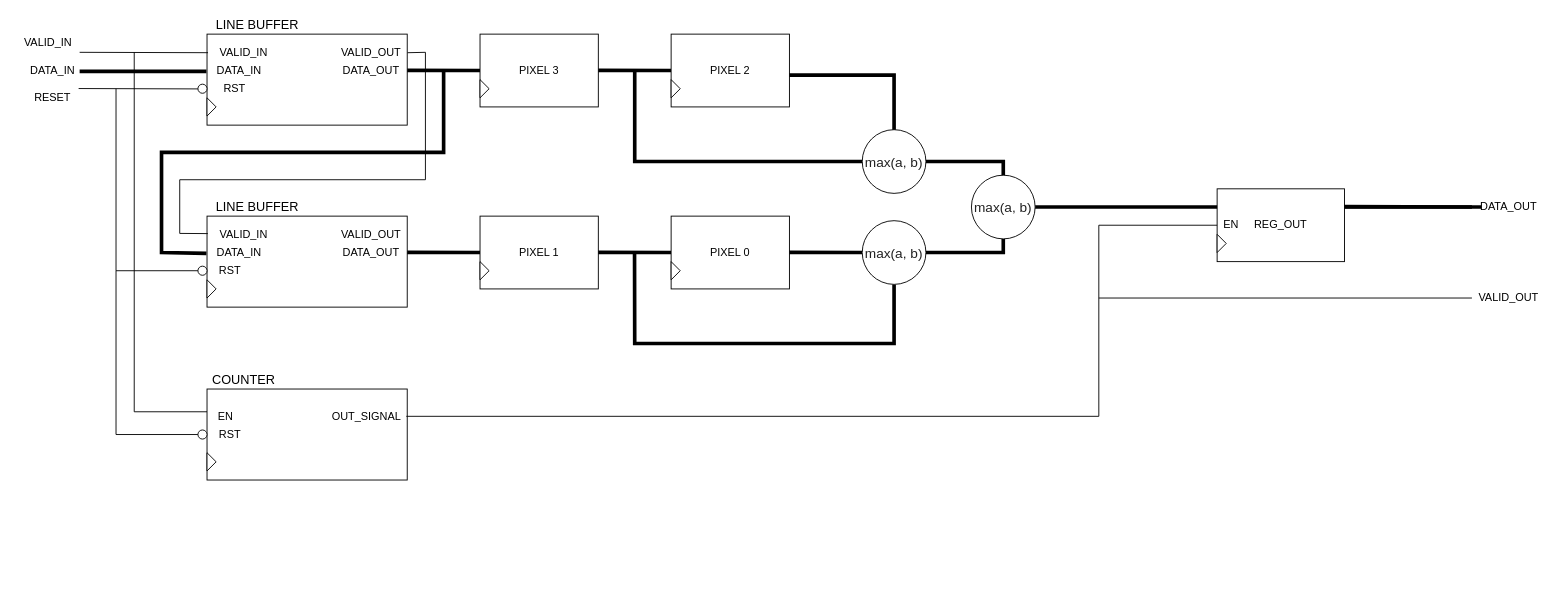
hohaicongthuan/0x55AA keeps this draw.io diagram as Project/src/rtl/Maxpool/Maxpool.drawio. Above is the earlier version. Source tidied: cells renumbered, new cells numbered last; positions are measured from the earlier drawing's top-left corner, leaving out a move shared by most shapes. Both pictures are drawn from the tidied source at 91%, with x=0, y=0 at pixel (15, 15).
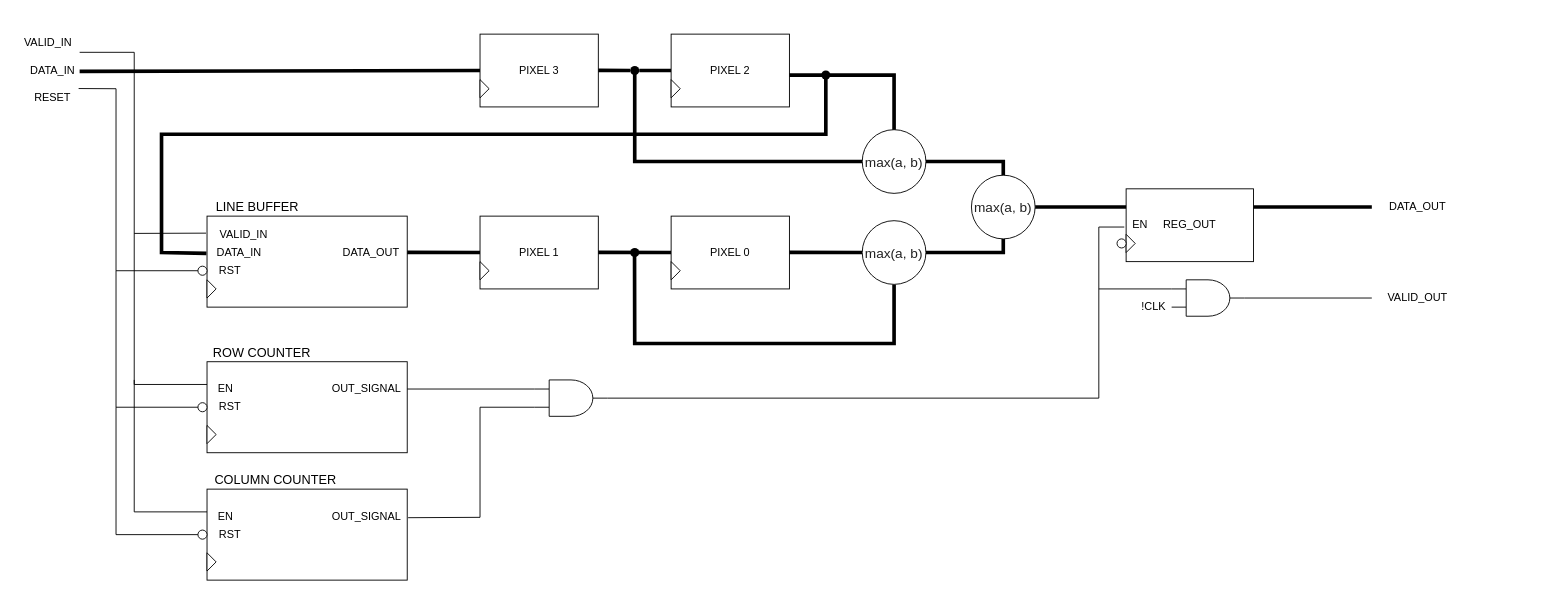
The same page after the edit.

Unchanged cells that the change refers to:
```xml
<mxCell id="11" style="rounded=0;whiteSpace=wrap;html=1;" parent="1" vertex="1">
  <mxGeometry x="210" y="220" width="220" height="100" as="geometry" />
</mxCell>
<mxCell id="17" value="PIXEL 3" style="rounded=0;whiteSpace=wrap;html=1;" parent="1" vertex="1">
  <mxGeometry x="510" y="20" width="130" height="80" as="geometry" />
</mxCell>
<mxCell id="65" value="&lt;span style=&quot;color: rgb(34 , 34 , 34) ; font-family: &amp;#34;google sans&amp;#34; , &amp;#34;arial&amp;#34; , sans-serif ; text-align: left ; background-color: rgb(255 , 255 , 255)&quot;&gt;&lt;font style=&quot;font-size: 15px&quot;&gt;max(a, b)&lt;/font&gt;&lt;/span&gt;" style="ellipse;whiteSpace=wrap;html=1;" parent="1" vertex="1">
  <mxGeometry x="1050" y="175" width="70" height="70" as="geometry" />
</mxCell>
```

Change to the diagram source:
```diff
@@
-    <mxCell id="2" style="rounded=0;whiteSpace=wrap;html=1;" parent="1" vertex="1">
-      <mxGeometry x="210" y="20" width="220" height="100" as="geometry" />
-    </mxCell>
-    <mxCell id="3" value="&lt;font style=&quot;font-size: 14px&quot;&gt;LINE BUFFER&lt;/font&gt;" style="text;html=1;align=center;verticalAlign=middle;strokeColor=none;" parent="1" vertex="1">
-      <mxGeometry x="210" width="110" height="20" as="geometry" />
-    </mxCell>
-    <mxCell id="4" value="VALID_IN" style="text;html=1;align=center;verticalAlign=middle;strokeColor=none;" parent="1" vertex="1">
-      <mxGeometry x="215" y="30" width="70" height="20" as="geometry" />
-    </mxCell>
-    <mxCell id="5" value="DATA_IN" style="text;html=1;align=center;verticalAlign=middle;strokeColor=none;" parent="1" vertex="1">
-      <mxGeometry x="215" y="50" width="60" height="20" as="geometry" />
-    </mxCell>
-    <mxCell id="6" style="triangle;whiteSpace=wrap;html=1;" parent="1" vertex="1">
-      <mxGeometry x="210" y="90" width="10" height="20" as="geometry" />
-    </mxCell>
-    <mxCell id="7" style="endArrow=none;html=1;strokeWidth=4;entryX=-0.003;entryY=0.41;entryDx=0;entryDy=0;entryPerimeter=0;" parent="1" edge="1" target="2">
+    <mxCell id="7" style="endArrow=none;html=1;strokeWidth=4;entryX=0;entryY=0.5;entryDx=0;entryDy=0;" parent="1" edge="1" target="17">
       <mxGeometry relative="1" as="geometry">
         <mxPoint x="70" y="61" as="sourcePoint" />
       </mxGeometry>
     </mxCell>
-    <mxCell id="8" style="endArrow=none;html=1;strokeWidth=1;entryX=0.005;entryY=0.204;entryDx=0;entryDy=0;entryPerimeter=0;" parent="1" edge="1" target="2">
+    <mxCell id="8" style="endArrow=none;html=1;strokeWidth=1;" parent="1" edge="1">
       <mxGeometry relative="1" as="geometry">
         <mxPoint x="70" y="40" as="sourcePoint" />
+        <mxPoint x="130" y="40" as="targetPoint" />
       </mxGeometry>
     </mxCell>
-    <mxCell id="9" value="DATA_OUT" style="text;html=1;align=center;verticalAlign=middle;strokeColor=none;" parent="1" vertex="1">
-      <mxGeometry x="350" y="50" width="80" height="20" as="geometry" />
-    </mxCell>
-    <mxCell id="10" style="endArrow=none;html=1;strokeWidth=4;" parent="1" edge="1">
-      <mxGeometry relative="1" as="geometry">
-        <mxPoint x="430" y="59.8" as="sourcePoint" />
-        <mxPoint x="510" y="60" as="targetPoint" />
-      </mxGeometry>
-    </mxCell>
@@
-    <mxCell id="18" style="endArrow=none;html=1;strokeWidth=4;" parent="1" edge="1">
+    <mxCell id="18" style="endArrow=none;html=1;strokeWidth=4;startArrow=none;" parent="1" edge="1" source="69">
       <mxGeometry relative="1" as="geometry">
-        <mxPoint x="640" y="59.8" as="sourcePoint" />
         <mxPoint x="720" y="60" as="targetPoint" />
       </mxGeometry>
     </mxCell>
@@
     <mxCell id="26" style="endArrow=none;html=1;strokeWidth=4;exitX=-0.003;exitY=0.41;exitDx=0;exitDy=0;arcSize=0;exitPerimeter=0;" parent="1" edge="1" source="11">
       <mxGeometry relative="1" as="geometry">
-        <mxPoint x="470" y="60" as="targetPoint" />
+        <mxPoint x="890" y="65" as="targetPoint" />
         <Array as="points">
           <mxPoint x="160" y="260" />
-          <mxPoint x="160" y="150" />
-          <mxPoint x="470" y="150" />
+          <mxPoint x="160" y="130" />
+          <mxPoint x="890" y="130" />
         </Array>
       </mxGeometry>
     </mxCell>
@@
     <mxCell id="30" style="endArrow=none;html=1;strokeWidth=4;exitX=1;exitY=0.5;exitDx=0;exitDy=0;" parent="1" edge="1" source="65">
       <mxGeometry relative="1" as="geometry">
-        <mxPoint x="1610" y="210" as="targetPoint" />
+        <mxPoint x="1490" y="210" as="targetPoint" />
       </mxGeometry>
     </mxCell>
@@
-    <mxCell id="35" value="RST" style="text;html=1;align=center;verticalAlign=middle;strokeColor=none;" parent="1" vertex="1">
-      <mxGeometry x="220" y="70" width="40" height="20" as="geometry" />
-    </mxCell>
@@
-    <mxCell id="38" style="ellipse;whiteSpace=wrap;html=1;" parent="1" vertex="1">
-      <mxGeometry x="200" y="75" width="10" height="10" as="geometry" />
-    </mxCell>
-    <mxCell id="39" value="VALID_OUT" style="text;html=1;align=center;verticalAlign=middle;points=[];strokeColor=none;" parent="1" vertex="1">
-      <mxGeometry x="350" y="30" width="80" height="20" as="geometry" />
-    </mxCell>
-    <mxCell id="40" value="VALID_OUT" style="text;html=1;align=center;verticalAlign=middle;strokeColor=none;" parent="1" vertex="1">
-      <mxGeometry x="350" y="230" width="80" height="20" as="geometry" />
-    </mxCell>
-    <mxCell id="41" style="endArrow=none;html=1;strokeWidth=1;entryX=1.004;entryY=0.521;entryDx=0;entryDy=0;entryPerimeter=0;exitX=0.004;exitY=0.192;exitDx=0;exitDy=0;exitPerimeter=0;arcSize=0;" parent="1" edge="1" source="11" target="39">
-      <mxGeometry relative="1" as="geometry">
-        <Array as="points">
-          <mxPoint x="180" y="239" />
-          <mxPoint x="180" y="180" />
-          <mxPoint x="450" y="180" />
-          <mxPoint x="450" y="40" />
-        </Array>
-      </mxGeometry>
-    </mxCell>
-    <mxCell id="42" style="endArrow=none;html=1;strokeWidth=1;entryX=0.005;entryY=0.204;entryDx=0;entryDy=0;entryPerimeter=0;" parent="1" edge="1">
+    <mxCell id="42" style="endArrow=none;html=1;strokeWidth=1;" parent="1" edge="1">
       <mxGeometry relative="1" as="geometry">
         <mxPoint x="68.9" y="79.8" as="sourcePoint" />
-        <mxPoint x="200" y="80.2" as="targetPoint" />
+        <mxPoint x="110" y="80" as="targetPoint" />
       </mxGeometry>
     </mxCell>
@@
     <mxCell id="47" value="REG_OUT" style="rounded=0;whiteSpace=wrap;html=1;" parent="1" vertex="1">
-      <mxGeometry x="1320" y="190" width="140" height="80" as="geometry" />
+      <mxGeometry x="1220" y="190" width="140" height="80" as="geometry" />
     </mxCell>
     <mxCell id="48" style="triangle;whiteSpace=wrap;html=1;" parent="1" vertex="1">
-      <mxGeometry x="1320" y="240" width="10" height="20" as="geometry" />
+      <mxGeometry x="1220" y="240" width="10" height="20" as="geometry" />
     </mxCell>
     <mxCell id="49" style="rounded=0;whiteSpace=wrap;html=1;" parent="1" vertex="1">
-      <mxGeometry x="210" y="410" width="220" height="100" as="geometry" />
+      <mxGeometry x="210" y="380" width="220" height="100" as="geometry" />
     </mxCell>
     <mxCell id="50" style="triangle;whiteSpace=wrap;html=1;" parent="1" vertex="1">
-      <mxGeometry x="210" y="480" width="10" height="20" as="geometry" />
+      <mxGeometry x="210" y="450" width="10" height="20" as="geometry" />
     </mxCell>
     <mxCell id="51" value="EN" style="text;html=1;align=center;verticalAlign=middle;strokeColor=none;" parent="1" vertex="1">
-      <mxGeometry x="215" y="430" width="30" height="20" as="geometry" />
+      <mxGeometry x="215" y="400" width="30" height="20" as="geometry" />
     </mxCell>
     <mxCell id="52" value="RST" style="text;html=1;align=center;verticalAlign=middle;strokeColor=none;" parent="1" vertex="1">
-      <mxGeometry x="215" y="450" width="40" height="20" as="geometry" />
+      <mxGeometry x="215" y="420" width="40" height="20" as="geometry" />
     </mxCell>
     <mxCell id="53" value="OUT_SIGNAL" style="text;html=1;align=center;verticalAlign=middle;points=[];strokeColor=none;" parent="1" vertex="1">
-      <mxGeometry x="340" y="430" width="90" height="20" as="geometry" />
+      <mxGeometry x="340" y="400" width="90" height="20" as="geometry" />
     </mxCell>
     <mxCell id="54" style="ellipse;whiteSpace=wrap;html=1;" parent="1" vertex="1">
-      <mxGeometry x="200" y="455" width="10" height="10" as="geometry" />
+      <mxGeometry x="200" y="425" width="10" height="10" as="geometry" />
     </mxCell>
     <mxCell id="55" value="EN" style="text;html=1;align=center;verticalAlign=middle;points=[];strokeColor=none;" parent="1" vertex="1">
-      <mxGeometry x="1320" y="220" width="30" height="20" as="geometry" />
+      <mxGeometry x="1220" y="220" width="30" height="20" as="geometry" />
     </mxCell>
-    <mxCell id="56" style="endArrow=none;html=1;strokeWidth=4;exitX=1;exitY=0.5;exitDx=0;exitDy=0;" parent="1" edge="1">
-      <mxGeometry relative="1" as="geometry">
-        <mxPoint x="1460" y="209.6" as="sourcePoint" />
-        <mxPoint x="1600" y="210" as="targetPoint" />
-      </mxGeometry>
-    </mxCell>
-    <mxCell id="57" value="&lt;font style=&quot;font-size: 14px&quot;&gt;COUNTER&lt;/font&gt;" style="text;html=1;align=center;verticalAlign=middle;strokeColor=none;" parent="1" vertex="1">
-      <mxGeometry x="210" y="390" width="80" height="20" as="geometry" />
+    <mxCell id="57" value="&lt;font style=&quot;font-size: 14px&quot;&gt;ROW COUNTER&lt;/font&gt;" style="text;html=1;align=center;verticalAlign=middle;strokeColor=none;" parent="1" vertex="1">
+      <mxGeometry x="210" y="360" width="120" height="20" as="geometry" />
     </mxCell>
     <mxCell id="58" style="endArrow=none;html=1;strokeWidth=1;exitX=0;exitY=0.5;exitDx=0;exitDy=0;arcSize=0;" parent="1" edge="1" source="54">
       <mxGeometry relative="1" as="geometry">
         <mxPoint x="110" y="280" as="targetPoint" />
         <Array as="points">
-          <mxPoint x="110" y="460" />
+          <mxPoint x="110" y="430" />
         </Array>
       </mxGeometry>
     </mxCell>
     <mxCell id="59" style="endArrow=none;html=1;strokeWidth=1;exitX=0;exitY=0.25;exitDx=0;exitDy=0;arcSize=0;" parent="1" edge="1" source="49">
       <mxGeometry relative="1" as="geometry">
         <mxPoint x="130" y="40" as="targetPoint" />
         <Array as="points">
-          <mxPoint x="130" y="435" />
+          <mxPoint x="130" y="405" />
         </Array>
       </mxGeometry>
     </mxCell>
-    <mxCell id="60" style="endArrow=none;html=1;strokeWidth=1;exitX=0.989;exitY=0.5;exitDx=0;exitDy=0;exitPerimeter=0;entryX=0;entryY=0.5;entryDx=0;entryDy=0;arcSize=0;" parent="1" edge="1" source="53" target="47">
-      <mxGeometry relative="1" as="geometry">
-        <Array as="points">
-          <mxPoint x="1190" y="440" />
-          <mxPoint x="1190" y="230" />
-        </Array>
-      </mxGeometry>
-    </mxCell>
-    <mxCell id="61" style="endArrow=none;html=1;strokeWidth=1;" parent="1" edge="1">
+    <mxCell id="61" style="endArrow=none;html=1;strokeWidth=1;exitX=1;exitY=0.5;exitDx=0;exitDy=0;exitPerimeter=0;" parent="1" edge="1" source="86">
       <mxGeometry relative="1" as="geometry">
-        <mxPoint x="1190" y="310" as="sourcePoint" />
-        <mxPoint x="1600" y="310" as="targetPoint" />
+        <mxPoint x="1490" y="310" as="targetPoint" />
       </mxGeometry>
     </mxCell>
     <mxCell id="62" value="DATA_OUT" style="text;html=1;align=center;verticalAlign=middle;strokeColor=none;" parent="1" vertex="1">
-      <mxGeometry x="1600" y="200" width="80" height="20" as="geometry" />
+      <mxGeometry x="1500" y="200" width="80" height="20" as="geometry" />
     </mxCell>
     <mxCell id="63" value="VALID_OUT" style="text;html=1;align=center;verticalAlign=middle;strokeColor=none;" parent="1" vertex="1">
-      <mxGeometry x="1600" y="300" width="80" height="20" as="geometry" />
+      <mxGeometry x="1500" y="300" width="80" height="20" as="geometry" />
     </mxCell>
@@
+    <mxCell id="68" style="ellipse;whiteSpace=wrap;html=1;strokeColor=none;fillColor=#000000;" parent="1" vertex="1">
+      <mxGeometry x="885" y="60" width="10" height="10" as="geometry" />
+    </mxCell>
+    <mxCell id="69" style="ellipse;whiteSpace=wrap;html=1;strokeColor=none;fillColor=#000000;" parent="1" vertex="1">
+      <mxGeometry x="675" y="55" width="10" height="10" as="geometry" />
+    </mxCell>
+    <mxCell id="70" style="endArrow=none;html=1;strokeWidth=4;" parent="1" edge="1" target="69">
+      <mxGeometry relative="1" as="geometry">
+        <mxPoint x="640" y="59.8" as="sourcePoint" />
+      </mxGeometry>
+    </mxCell>
+    <mxCell id="71" style="ellipse;whiteSpace=wrap;html=1;strokeColor=none;fillColor=#000000;" parent="1" vertex="1">
+      <mxGeometry x="675" y="255" width="10" height="10" as="geometry" />
+    </mxCell>
+    <mxCell id="72" style="endArrow=none;html=1;exitX=-0.005;exitY=0.187;exitDx=0;exitDy=0;exitPerimeter=0;" parent="1" edge="1" source="11">
+      <mxGeometry relative="1" as="geometry">
+        <mxPoint x="130" y="239" as="targetPoint" />
+      </mxGeometry>
+    </mxCell>
+    <mxCell id="73" style="rounded=0;whiteSpace=wrap;html=1;" parent="1" vertex="1">
+      <mxGeometry x="210" y="520" width="220" height="100" as="geometry" />
+    </mxCell>
+    <mxCell id="74" style="triangle;whiteSpace=wrap;html=1;" parent="1" vertex="1">
+      <mxGeometry x="210" y="590" width="10" height="20" as="geometry" />
+    </mxCell>
+    <mxCell id="75" value="EN" style="text;html=1;align=center;verticalAlign=middle;strokeColor=none;" parent="1" vertex="1">
+      <mxGeometry x="215" y="540" width="30" height="20" as="geometry" />
+    </mxCell>
+    <mxCell id="35" value="RST" style="text;html=1;align=center;verticalAlign=middle;strokeColor=none;" parent="1" vertex="1">
+      <mxGeometry x="215" y="560" width="40" height="20" as="geometry" />
+    </mxCell>
+    <mxCell id="76" value="OUT_SIGNAL" style="text;html=1;align=center;verticalAlign=middle;points=[];strokeColor=none;" parent="1" vertex="1">
+      <mxGeometry x="340" y="540" width="90" height="20" as="geometry" />
+    </mxCell>
+    <mxCell id="77" style="ellipse;whiteSpace=wrap;html=1;" parent="1" vertex="1">
+      <mxGeometry x="200" y="565" width="10" height="10" as="geometry" />
+    </mxCell>
+    <mxCell id="78" value="&lt;font style=&quot;font-size: 14px&quot;&gt;COLUMN COUNTER&lt;/font&gt;" style="text;html=1;align=center;verticalAlign=middle;strokeColor=none;" parent="1" vertex="1">
+      <mxGeometry x="210" y="500" width="150" height="20" as="geometry" />
+    </mxCell>
+    <mxCell id="79" style="endArrow=none;html=1;exitX=0;exitY=0.5;exitDx=0;exitDy=0;rounded=0;" parent="1" edge="1" source="77">
+      <mxGeometry relative="1" as="geometry">
+        <mxPoint x="110" y="430" as="targetPoint" />
+        <Array as="points">
+          <mxPoint x="110" y="570" />
+        </Array>
+      </mxGeometry>
+    </mxCell>
+    <mxCell id="80" style="endArrow=none;html=1;exitX=0;exitY=0.25;exitDx=0;exitDy=0;rounded=0;" parent="1" edge="1" source="73">
+      <mxGeometry relative="1" as="geometry">
+        <mxPoint x="130" y="400" as="targetPoint" />
+        <Array as="points">
+          <mxPoint x="130" y="545" />
+        </Array>
+      </mxGeometry>
+    </mxCell>
+    <mxCell id="81" style="verticalLabelPosition=bottom;shadow=0;dashed=0;align=center;html=1;verticalAlign=top;shape=mxgraph.electrical.logic_gates.logic_gate;operation=and;" parent="1" vertex="1">
+      <mxGeometry x="570" y="400" width="80" height="40" as="geometry" />
+    </mxCell>
+    <mxCell id="82" style="ellipse;whiteSpace=wrap;html=1;" parent="1" vertex="1">
+      <mxGeometry x="1210" y="245" width="10" height="10" as="geometry" />
+    </mxCell>
+    <mxCell id="83" style="endArrow=none;html=1;entryX=0;entryY=0.25;entryDx=0;entryDy=0;entryPerimeter=0;" parent="1" edge="1" target="81">
+      <mxGeometry relative="1" as="geometry">
+        <mxPoint x="430" y="410" as="sourcePoint" />
+      </mxGeometry>
+    </mxCell>
+    <mxCell id="84" style="endArrow=none;html=1;entryX=0;entryY=0.75;entryDx=0;entryDy=0;entryPerimeter=0;exitX=1.011;exitY=0.57;exitDx=0;exitDy=0;exitPerimeter=0;rounded=0;" parent="1" edge="1" source="76" target="81">
+      <mxGeometry relative="1" as="geometry">
+        <Array as="points">
+          <mxPoint x="510" y="551" />
+          <mxPoint x="510" y="430" />
+        </Array>
+      </mxGeometry>
+    </mxCell>
+    <mxCell id="85" style="endArrow=none;html=1;exitX=1;exitY=0.5;exitDx=0;exitDy=0;exitPerimeter=0;rounded=0;entryX=-0.067;entryY=0.6;entryDx=0;entryDy=0;entryPerimeter=0;" parent="1" edge="1" source="81" target="55">
+      <mxGeometry relative="1" as="geometry">
+        <Array as="points">
+          <mxPoint x="1190" y="420" />
+          <mxPoint x="1190" y="232" />
+        </Array>
+      </mxGeometry>
+    </mxCell>
+    <mxCell id="86" style="verticalLabelPosition=bottom;shadow=0;dashed=0;align=center;html=1;verticalAlign=top;shape=mxgraph.electrical.logic_gates.logic_gate;operation=and;" parent="1" vertex="1">
+      <mxGeometry x="1270" y="290" width="80" height="40" as="geometry" />
+    </mxCell>
+    <mxCell id="87" style="endArrow=none;html=1;entryX=0;entryY=0.25;entryDx=0;entryDy=0;entryPerimeter=0;" parent="1" edge="1" target="86">
+      <mxGeometry relative="1" as="geometry">
+        <mxPoint x="1190" y="300" as="sourcePoint" />
+      </mxGeometry>
+    </mxCell>
+    <mxCell id="88" value="!CLK" style="text;html=1;align=center;verticalAlign=middle;strokeColor=none;" parent="1" vertex="1">
+      <mxGeometry x="1230" y="310" width="40" height="20" as="geometry" />
+    </mxCell>
```
